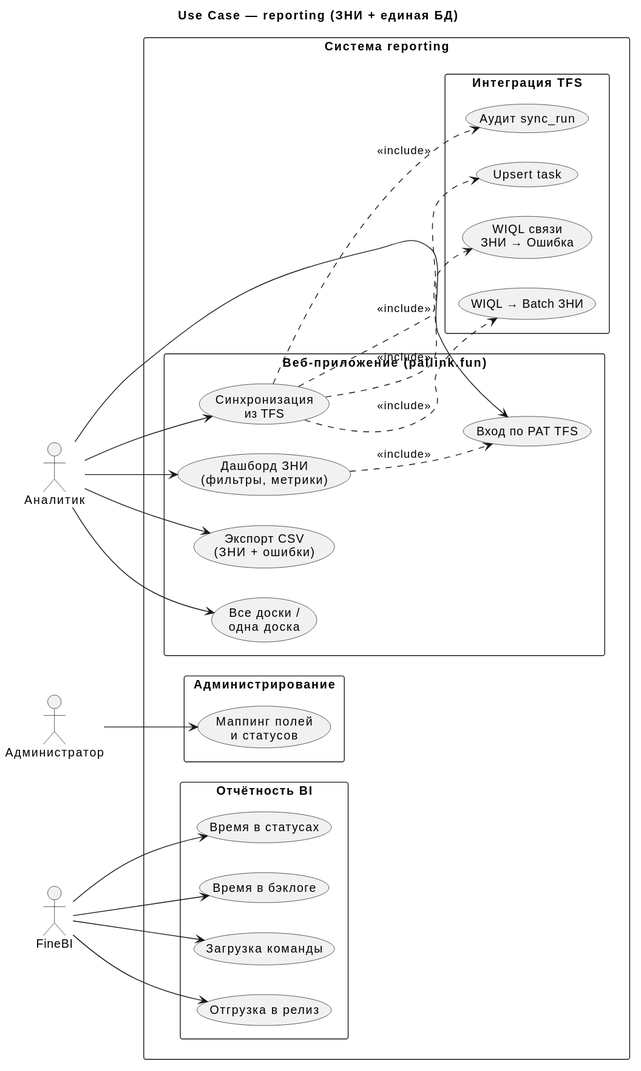
Before: docs/diagrams/svg/use-case.svg, a diagram exported from PlantUML (volchonok16/reporting).
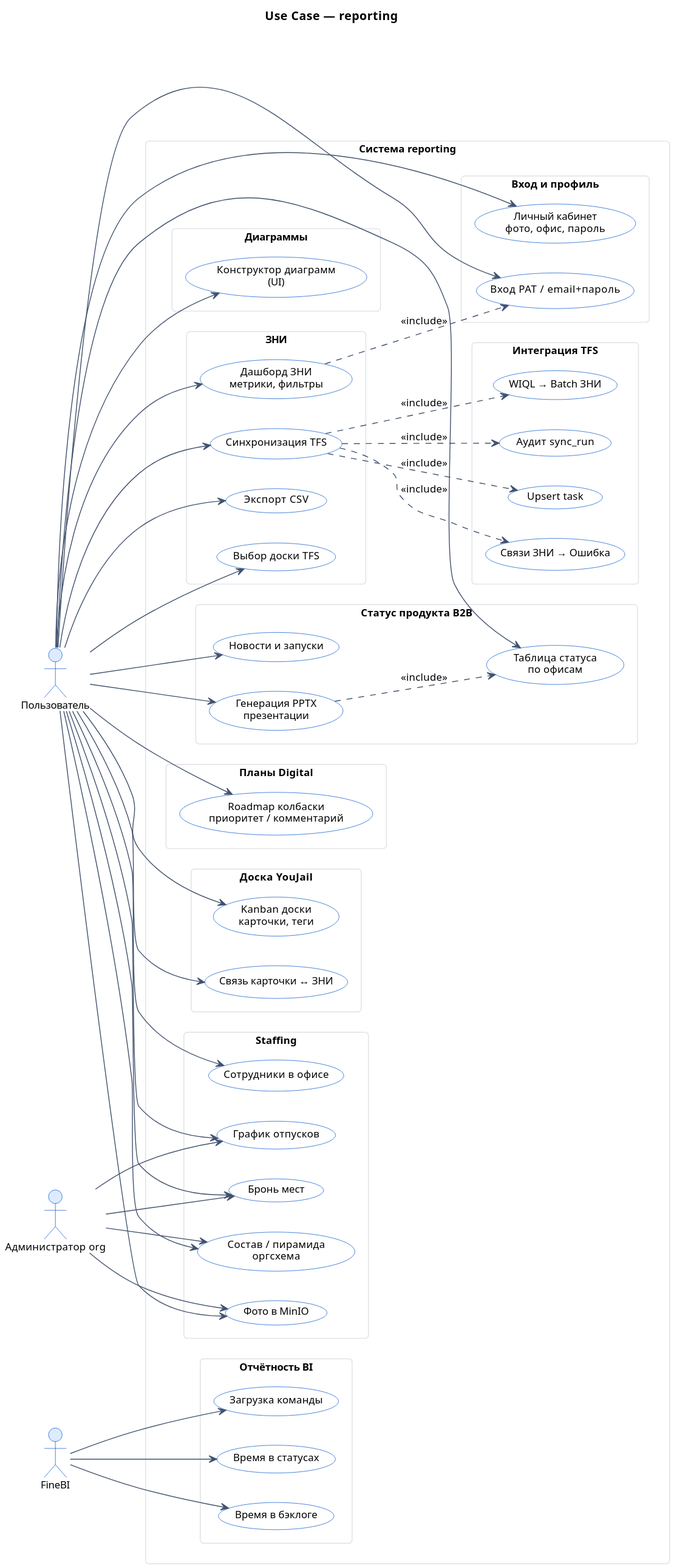
Above is the later version.

What changed in the source:
```diff
@@ -1,58 +1,113 @@
 @startuml
 left to right direction
 skinparam packageStyle rectangle
+skinparam shadowing false
+skinparam roundCorner 8
+skinparam defaultFontName "Segoe UI"
+skinparam defaultFontSize 12
+skinparam ArrowColor #42526E
+skinparam actorBackgroundColor #DEEBFF
+skinparam actorBorderColor #0052CC
+skinparam usecaseBackgroundColor #FFFFFF
+skinparam usecaseBorderColor #0052CC
+skinparam packageBackgroundColor #F4F5F7
+skinparam packageBorderColor #DFE1E6
+skinparam rectangleBackgroundColor #FFFFFF
+skinparam rectangleBorderColor #DFE1E6
 
-title Use Case — reporting (ЗНИ + единая БД)
+title Use Case — reporting
 
-actor "Аналитик" as analyst
-actor "Администратор" as admin
+actor "Пользователь" as user
+actor "Администратор org" as admin
 actor "FineBI" as bi
 
 rectangle "Система reporting" {
 
-  package "Веб-приложение (pallink.fun)" {
-    usecase "Вход по PAT TFS" as UC_AUTH
-    usecase "Дашборд ЗНИ\n(фильтры, метрики)" as UC_DASH
-    usecase "Синхронизация\nиз TFS" as UC_SYNC
-    usecase "Экспорт CSV\n(ЗНИ + ошибки)" as UC_EXPORT
-    usecase "Все доски /\nодна доска" as UC_BOARD
+  package "Вход и профиль" {
+    usecase "Вход PAT / email+пароль" as UC_AUTH
+    usecase "Личный кабинет\nфото, офис, пароль" as UC_PROFILE
+  }
+
+  package "ЗНИ" {
+    usecase "Дашборд ЗНИ\nметрики, фильтры" as UC_DASH
+    usecase "Синхронизация TFS" as UC_SYNC
+    usecase "Экспорт CSV" as UC_EXPORT
+    usecase "Выбор доски TFS" as UC_BOARD
+  }
+
+  package "Статус продукта B2B" {
+    usecase "Таблица статуса\nпо офисам" as UC_B2B
+    usecase "Новости и запуски" as UC_NEWS
+    usecase "Генерация PPTX\nпрезентации" as UC_PPTX
+  }
+
+  package "Планы Digital" {
+    usecase "Roadmap колбаски\nприоритет / комментарий" as UC_ROADMAP
+  }
+
+  package "Доска YouJail" {
+    usecase "Kanban доски\nкарточки, теги" as UC_YJ
+    usecase "Связь карточки ↔ ЗНИ" as UC_YJ_ZNI
+  }
+
+  package "Staffing" {
+    usecase "График отпусков" as UC_VAC
+    usecase "Бронь мест" as UC_BOOK
+    usecase "Сотрудники в офисе" as UC_OFFICE
+    usecase "Состав / пирамида\nоргсхема" as UC_ORG
+    usecase "Фото в MinIO" as UC_PHOTO
+  }
+
+  package "Диаграммы" {
+    usecase "Конструктор диаграмм\n(UI)" as UC_DIAG
   }
 
   package "Отчётность BI" {
     usecase "Время в статусах" as UC2
     usecase "Время в бэклоге" as UC3
     usecase "Загрузка команды" as UC4
-    usecase "Отгрузка в релиз" as UC5
-  }
-
-  package "Администрирование" {
-    usecase "Маппинг полей\nи статусов" as UC6
   }
 
   package "Интеграция TFS" {
     usecase "WIQL → Batch ЗНИ" as UC9A
-    usecase "WIQL связи\nЗНИ → Ошибка" as UC9B
+    usecase "Связи ЗНИ → Ошибка" as UC9B
     usecase "Upsert task" as UC9C
     usecase "Аудит sync_run" as UC16
   }
 }
 
-analyst --> UC_AUTH
-analyst --> UC_DASH
-analyst --> UC_SYNC
-analyst --> UC_EXPORT
-analyst --> UC_BOARD
+user --> UC_AUTH
+user --> UC_PROFILE
+user --> UC_DASH
+user --> UC_SYNC
+user --> UC_EXPORT
+user --> UC_BOARD
+user --> UC_B2B
+user --> UC_NEWS
+user --> UC_PPTX
+user --> UC_ROADMAP
+user --> UC_YJ
+user --> UC_YJ_ZNI
+user --> UC_VAC
+user --> UC_BOOK
+user --> UC_OFFICE
+user --> UC_ORG
+user --> UC_DIAG
+user --> UC_PHOTO
+
+admin --> UC_ORG
+admin --> UC_BOOK
+admin --> UC_VAC
+admin --> UC_PHOTO
 
 bi --> UC2
 bi --> UC3
 bi --> UC4
-bi --> UC5
-
-admin --> UC6
 
 UC_SYNC ..> UC9A : <<include>>
 UC_SYNC ..> UC9B : <<include>>
 UC_SYNC ..> UC9C : <<include>>
 UC_SYNC ..> UC16 : <<include>>
 UC_DASH ..> UC_AUTH : <<include>>
+UC_PPTX ..> UC_B2B : <<include>>
 @enduml
```
